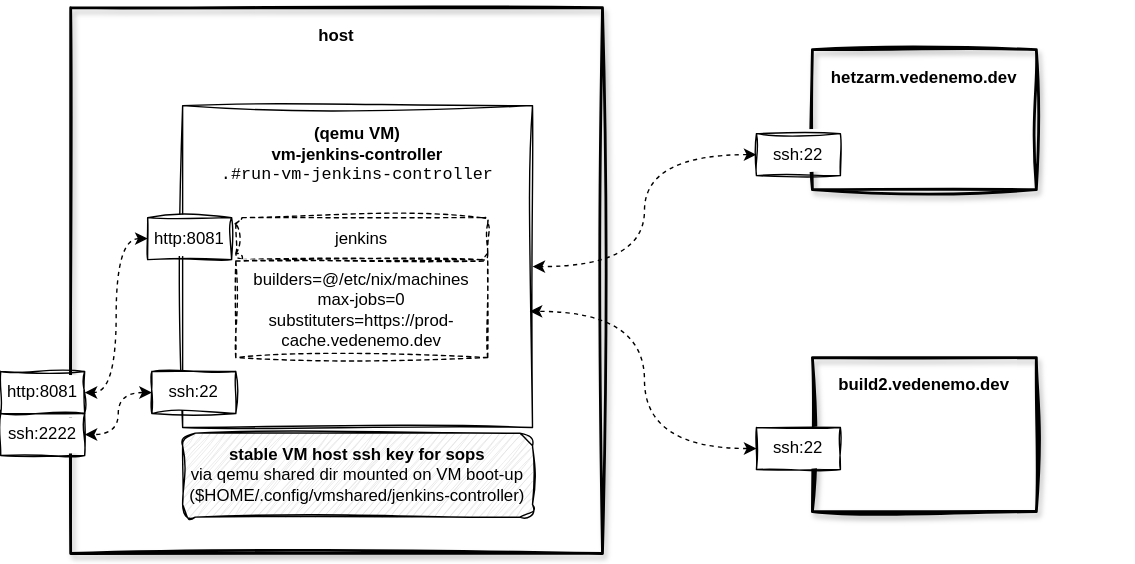
This is doc/img/vm-jenkins-controller.svg from tiiuae/ci-vm-example, a draw.io export, as it was before one commit. Source tidied: cells renumbered, new cells last; positions are measured from the earlier drawing's top-left corner, leaving out a move shared by most shapes.
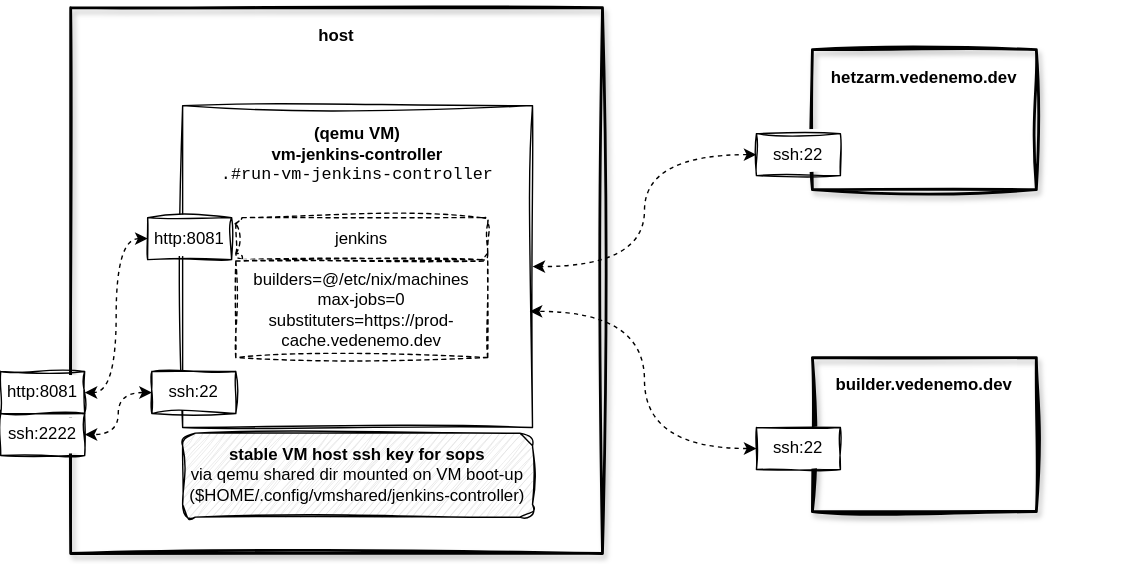
The same diagram one commit later.

Commit message:
Refactor controller config

The edit, as a diff of the source:
```diff
@@ -50,7 +50,7 @@
     <mxCell id="17" value="ssh:22" style="rounded=0;whiteSpace=wrap;html=1;glass=0;fillStyle=auto;fillColor=default;sketch=1;curveFitting=1;jiggle=2;" parent="1" vertex="1">
       <mxGeometry x="540" y="300" width="60" height="30" as="geometry" />
     </mxCell>
-    <mxCell id="18" value="&lt;b&gt;build2.vedenemo.dev&lt;/b&gt;" style="text;html=1;strokeColor=none;fillColor=none;align=center;verticalAlign=middle;whiteSpace=wrap;rounded=0;" parent="1" vertex="1">
+    <mxCell id="18" value="&lt;b&gt;builder.vedenemo.dev&lt;/b&gt;" style="text;html=1;strokeColor=none;fillColor=none;align=center;verticalAlign=middle;whiteSpace=wrap;rounded=0;" parent="1" vertex="1">
       <mxGeometry x="510" y="260" width="300" height="20" as="geometry" />
     </mxCell>
     <mxCell id="19" value="builders=@/etc/nix/machines&lt;br&gt;max-jobs=0&lt;br&gt;substituters=https://prod-cache.vedenemo.dev" style="rounded=0;whiteSpace=wrap;html=1;dashed=1;sketch=1;curveFitting=1;jiggle=2;" parent="1" vertex="1">
```
